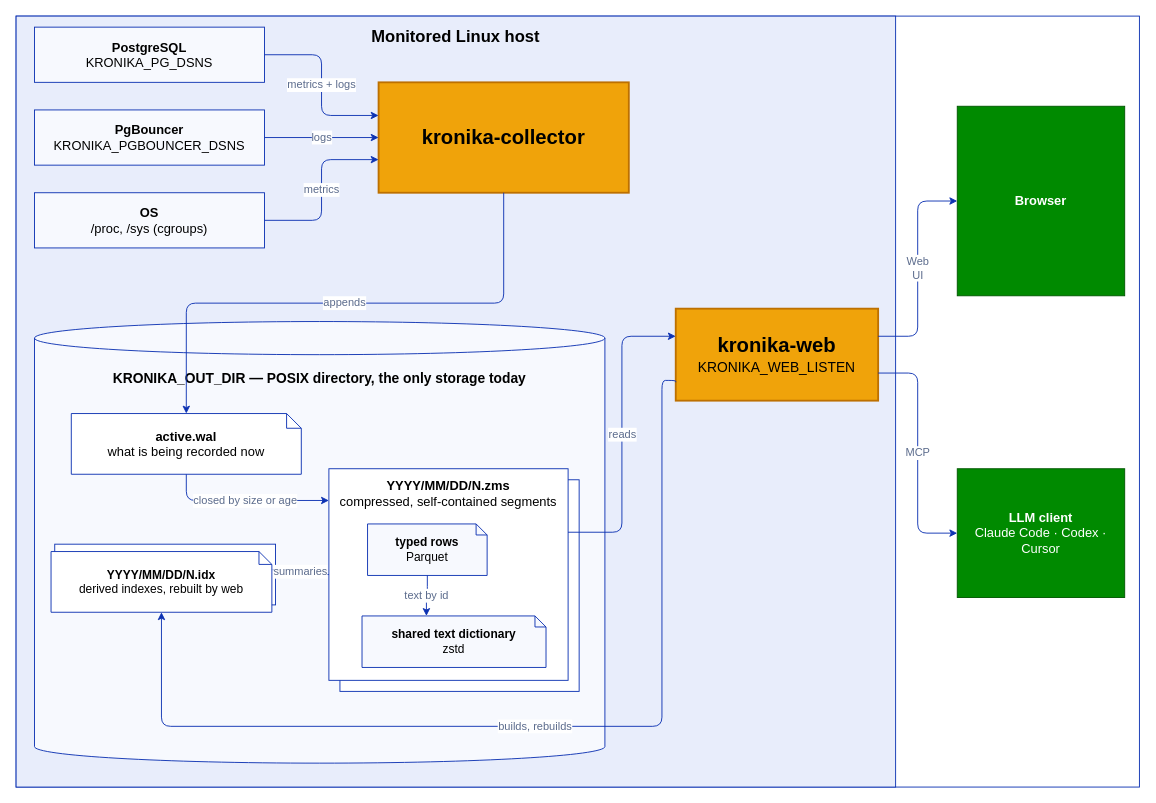
Before: docs/diagrams/architecture.drawio in vadv/Kronika, a draw.io diagram. Source tidied: cells renumbered, new cells numbered last; positions are measured from the earlier drawing's top-left corner, leaving out a move shared by most shapes. Both pictures are drawn from the tidied source at 92%, with x=0, y=0 at pixel (16, 16).
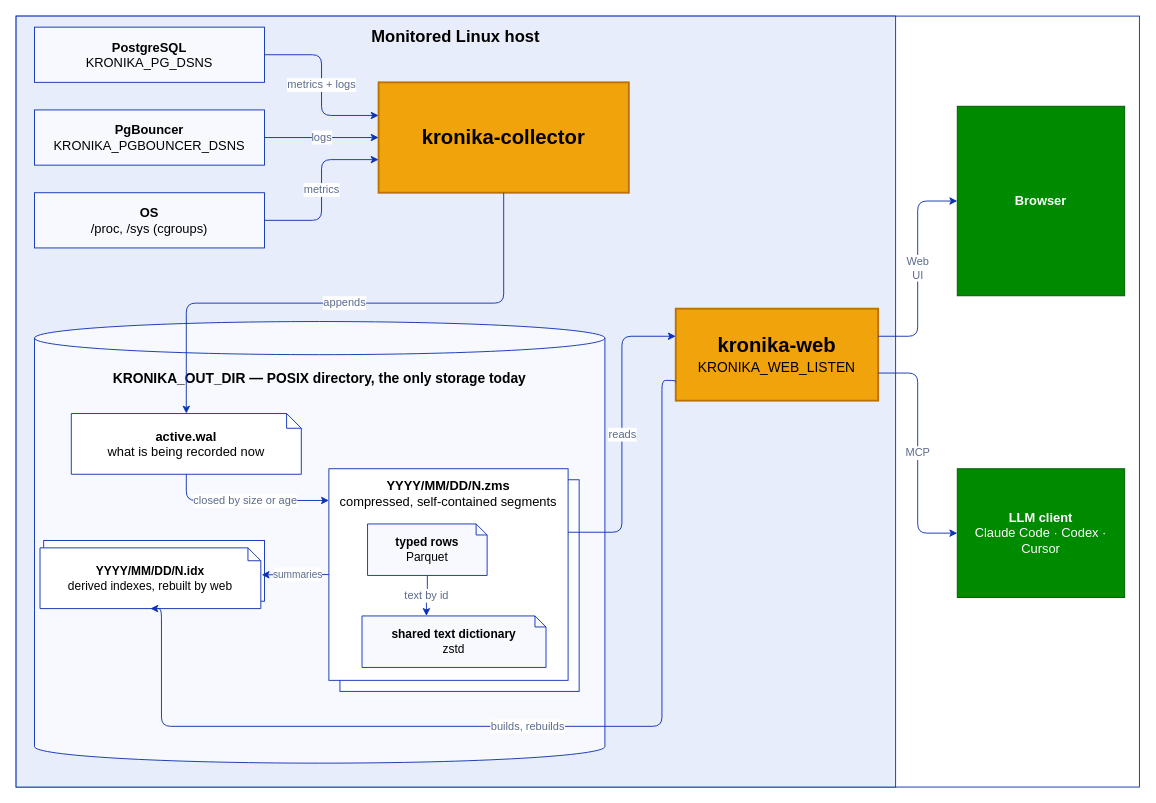
Above is the later version.

The change refers to these unchanged cells:
```xml
<mxCell id="15" value="&lt;b&gt;YYYY/MM/DD/N.zms&lt;/b&gt;&lt;br&gt;compressed, self-contained segments" style="rounded=0;whiteSpace=wrap;html=1;fillColor=#FFFFFF;strokeColor=#0d32b2;verticalAlign=top;fontSize=14;spacingTop=4;" parent="1" vertex="1">
  <mxGeometry x="340" y="492" width="260" height="230" as="geometry" />
</mxCell>
<mxCell id="23" value="&lt;b&gt;&lt;font style=&quot;font-size: 22px;&quot;&gt;kronika-web&lt;/font&gt;&lt;/b&gt;&lt;br&gt;KRONIKA_WEB_LISTEN" style="rounded=0;whiteSpace=wrap;html=1;fillColor=#f0a30a;strokeColor=#BD7000;strokeWidth=2;fontSize=15;fontColor=#000000;" parent="1" vertex="1">
  <mxGeometry x="717" y="318" width="220" height="100" as="geometry" />
</mxCell>
```

What changed in the source:
```diff
@@
     <mxCell id="20" style="rounded=0;whiteSpace=wrap;html=1;fillColor=#FFFFFF;strokeColor=#0d32b2;" parent="1" vertex="1">
-      <mxGeometry x="42" y="574" width="240" height="66" as="geometry" />
+      <mxGeometry x="30" y="570" width="240" height="66" as="geometry" />
     </mxCell>
     <mxCell id="21" value="&lt;b&gt;YYYY/MM/DD/N.idx&lt;/b&gt;&lt;br&gt;derived indexes, rebuilt by web" style="shape=note;size=14;whiteSpace=wrap;html=1;fillColor=#FFFFFF;strokeColor=#0d32b2;fontSize=13;" parent="1" vertex="1">
-      <mxGeometry x="38" y="582" width="240" height="66" as="geometry" />
+      <mxGeometry x="26" y="578" width="240" height="66" as="geometry" />
     </mxCell>
-    <mxCell id="22" value="summaries" style="edgeStyle=orthogonalEdgeStyle;rounded=1;html=1;strokeColor=#0d32b2;fontSize=12;fontColor=#5b6b8c;exitX=0;exitY=0.5;entryX=1;entryY=0.3;" parent="1" edge="1" source="15" target="21">
-      <mxGeometry relative="1" as="geometry" />
+    <mxCell id="22" value="&lt;font style=&quot;font-size: 11px;&quot;&gt;summaries&lt;/font&gt;" style="rounded=1;html=1;strokeColor=#0d32b2;fontSize=12;fontColor=#5b6b8c;exitX=0;exitY=0.5;entryX=1.004;entryY=0.444;entryDx=0;entryDy=0;entryPerimeter=0;exitDx=0;exitDy=0;" parent="1" edge="1" source="15" target="21">
+      <mxGeometry x="-0.07" relative="1" as="geometry" />
     </mxCell>
@@
-    <mxCell id="25" value="builds, rebuilds" style="edgeStyle=orthogonalEdgeStyle;rounded=1;html=1;strokeColor=#0d32b2;fontSize=12;fontColor=#5b6b8c;exitX=0;exitY=0.8;entryX=0.5;entryY=1;entryDx=0;entryDy=0;entryPerimeter=0;" parent="1" edge="1" source="23" target="21">
+    <mxCell id="25" value="&lt;span&gt;builds, rebuilds&lt;/span&gt;" style="edgeStyle=orthogonalEdgeStyle;rounded=1;html=1;strokeColor=#0d32b2;fontSize=12;fontColor=#5b6b8c;exitX=0;exitY=0.8;entryX=0.5;entryY=1;entryDx=0;entryDy=0;entryPerimeter=0;" parent="1" edge="1" source="23" target="21">
       <mxGeometry relative="1" as="geometry">
         <Array as="points">
           <mxPoint x="702" y="396" />
           <mxPoint x="702" y="772" />
           <mxPoint x="158" y="772" />
         </Array>
       </mxGeometry>
     </mxCell>
```
